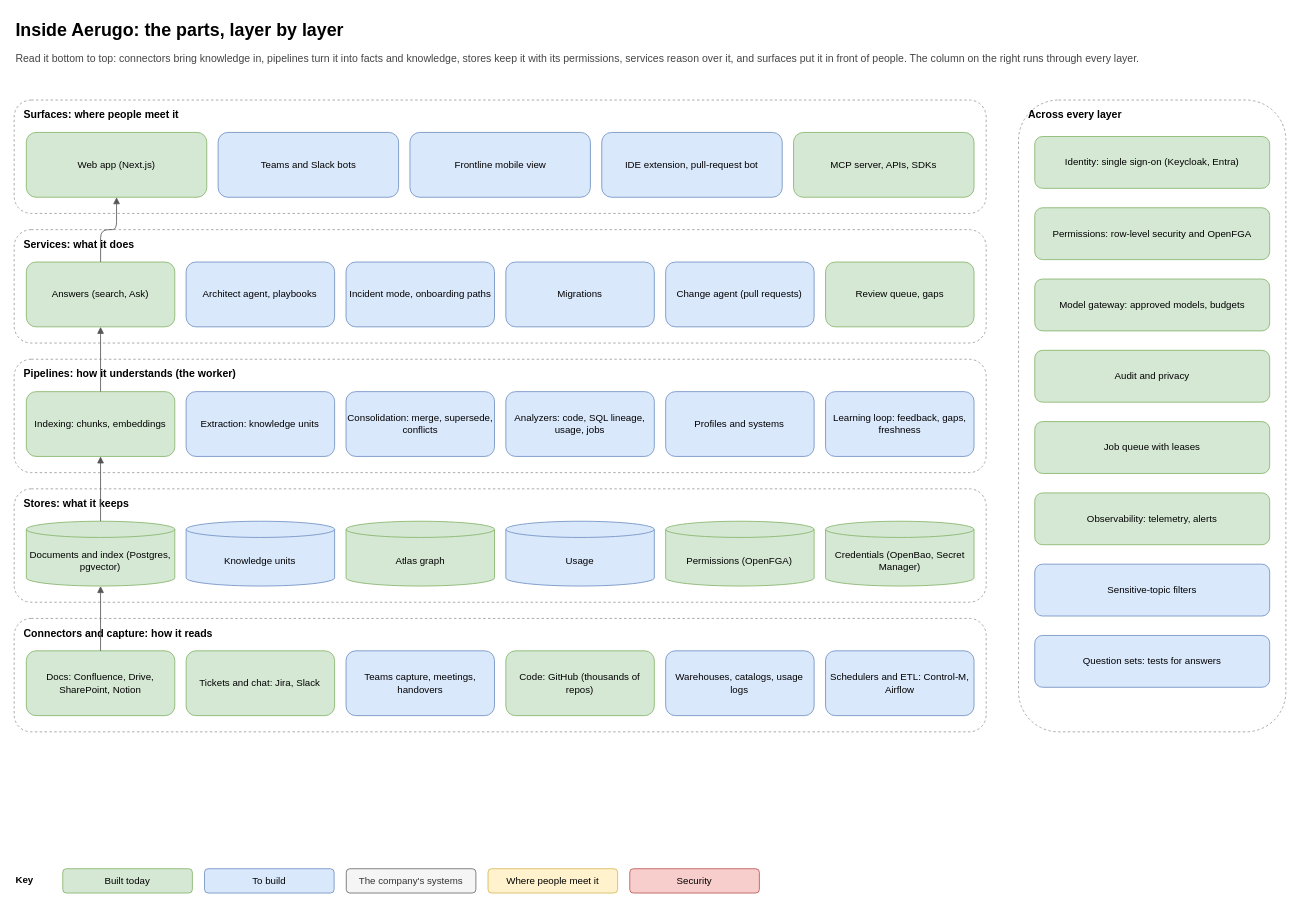
Above: page "2. Components" (2 of 10) of docs/architecture/aerugo-architecture.drawio in aerugo-hq/aerugo-self-host (draw.io), before the change. Source tidied: cells renumbered, new cells numbered last; positions are measured from the earlier drawing's top-left corner, leaving out a move shared by most shapes. Both pictures are drawn from the tidied source at 81%, with x=0, y=0 at pixel (14, 14).
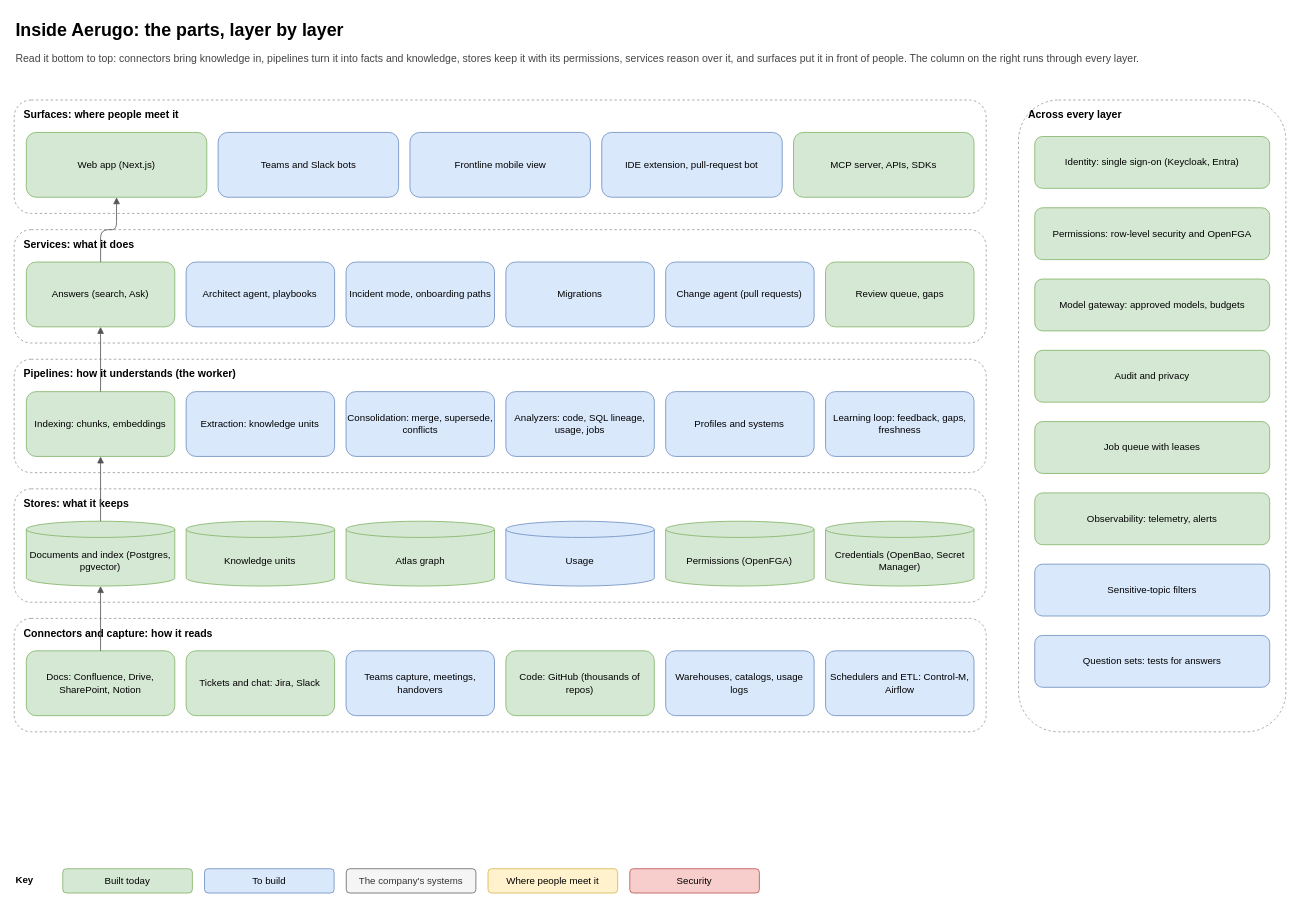
The same diagram, later.

Commit message (it also covers changes not shown here):
F1: the record, F1 ticked, and the diagram's knowledge units built

What changed in the source:
```diff
@@
-    <mxCell id="26" value="Knowledge units" style="shape=cylinder3;whiteSpace=wrap;html=1;boundedLbl=1;backgroundOutline=1;size=10;fillColor=#dae8fc;strokeColor=#6c8ebf;fontSize=12;" parent="1" vertex="1">
+    <mxCell id="26" value="Knowledge units" style="shape=cylinder3;whiteSpace=wrap;html=1;boundedLbl=1;backgroundOutline=1;size=10;fillColor=#d5e8d4;strokeColor=#82b366;fontSize=12;" parent="1" vertex="1">
       <mxGeometry x="212.3" y="626" width="183.3" height="80" as="geometry" />
     </mxCell>
```
